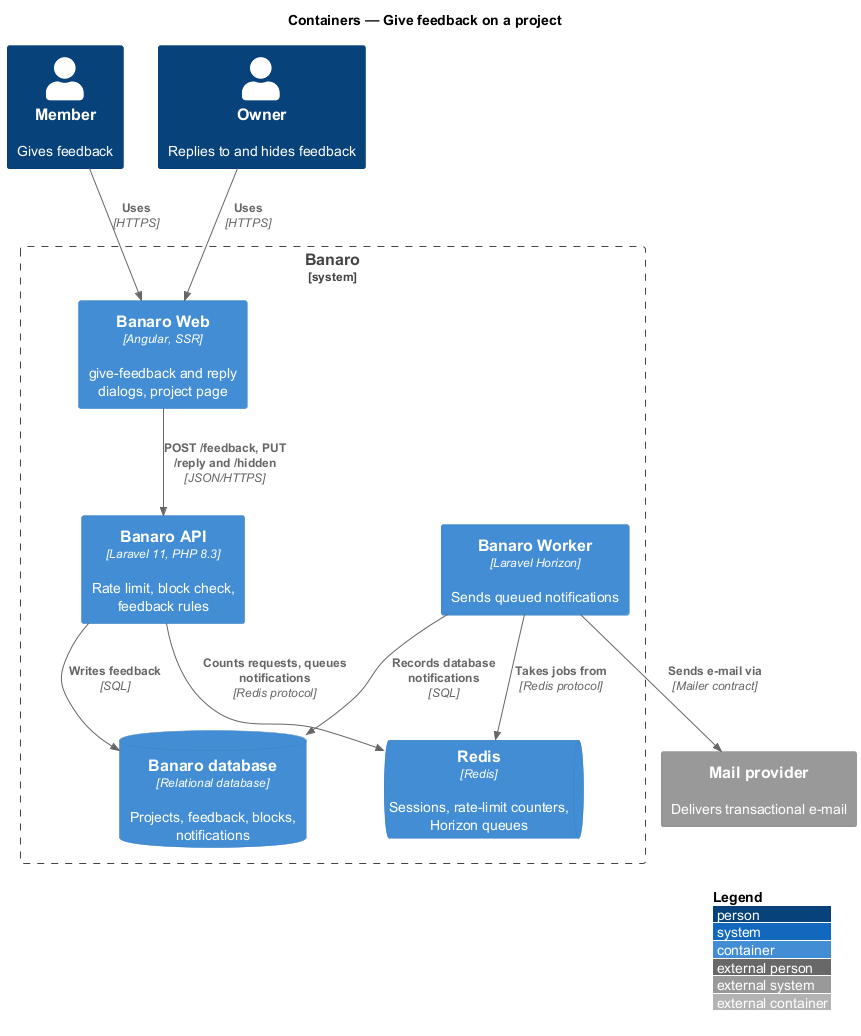
This is docs/detailed-designs/projects/give-feedback/diagrams/c4-container.png from QuinntyneBrown/banaro, a PlantUML export, as it was before one commit.
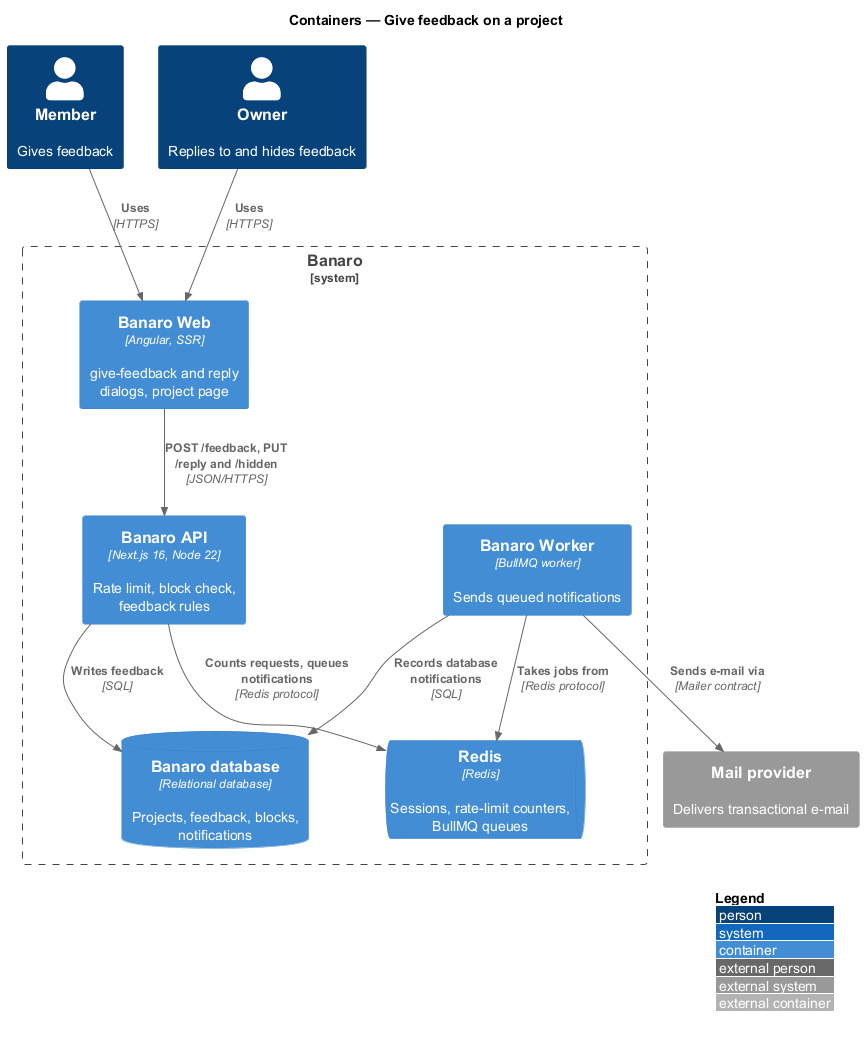
The same diagram one commit later.

Diff of the diagram source:
```diff
@@ -9,10 +9,10 @@
 
 System_Boundary(banaro, "Banaro") {
   Container(web, "Banaro Web", "Angular, SSR", "give-feedback and reply dialogs, project page")
-  Container(api, "Banaro API", "Laravel 11, PHP 8.3", "Rate limit, block check, feedback rules")
-  Container(worker, "Banaro Worker", "Laravel Horizon", "Sends queued notifications")
+  Container(api, "Banaro API", "Next.js 16, Node 22", "Rate limit, block check, feedback rules")
+  Container(worker, "Banaro Worker", "BullMQ worker", "Sends queued notifications")
   ContainerDb(db, "Banaro database", "Relational database", "Projects, feedback, blocks, notifications")
-  ContainerQueue(redis, "Redis", "Redis", "Sessions, rate-limit counters, Horizon queues")
+  ContainerQueue(redis, "Redis", "Redis", "Sessions, rate-limit counters, BullMQ queues")
 }
 
 Rel(member, web, "Uses", "HTTPS")
```
